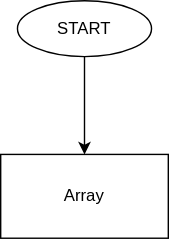
Before: Hometask/homework.drawio.svg, a diagram exported from draw.io (retedominus/TestWork). Source tidied: cells renumbered, new cells last; positions are measured from the earlier drawing's top-left corner, leaving out a move shared by most shapes.
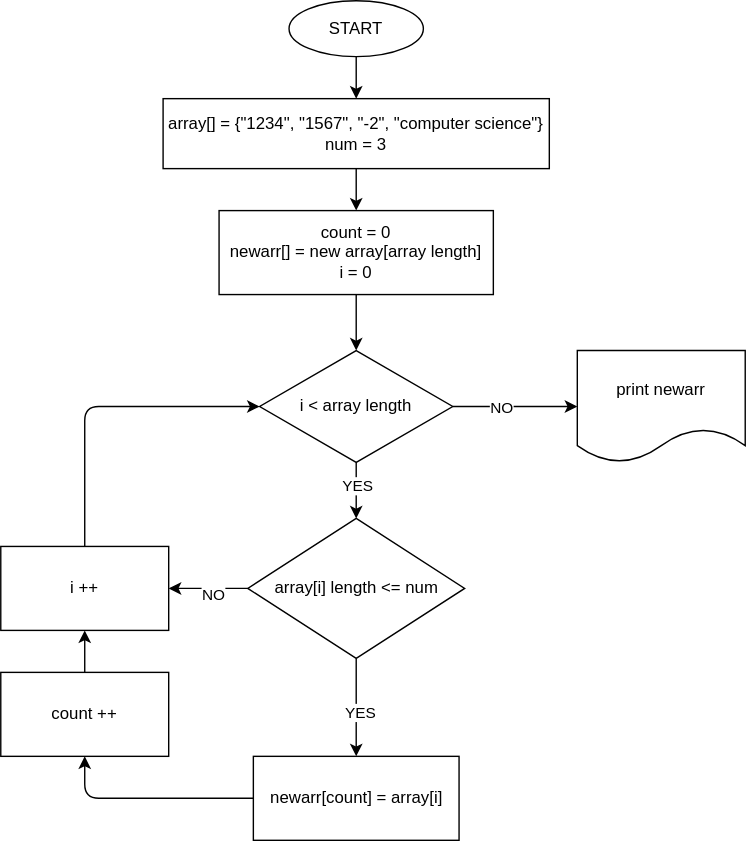
After the change.

The edit, as a diff of the source:
```diff
@@ -8,8 +8,78 @@
     <mxCell id="3" value="START" style="ellipse;whiteSpace=wrap;html=1;" parent="1" vertex="1">
       <mxGeometry x="12" width="96" height="40" as="geometry" />
     </mxCell>
+    <mxCell id="5" style="edgeStyle=none;html=1;" parent="1" edge="1" source="4" target="7">
+      <mxGeometry relative="1" as="geometry" />
+    </mxCell>
-    <mxCell id="4" value="Array" style="whiteSpace=wrap;html=1;" parent="1" vertex="1">
-      <mxGeometry y="110" width="120" height="60" as="geometry" />
+    <mxCell id="4" value="array[] = {&quot;1234&quot;, &quot;1567&quot;, &quot;-2&quot;, &quot;computer science&quot;}&lt;br&gt;num = 3&lt;br&gt;" style="whiteSpace=wrap;html=1;" parent="1" vertex="1">
+      <mxGeometry x="-78" y="70" width="276" height="50" as="geometry" />
     </mxCell>
+    <mxCell id="6" style="edgeStyle=none;html=1;" parent="1" edge="1" source="7" target="12">
+      <mxGeometry relative="1" as="geometry" />
+    </mxCell>
+    <mxCell id="7" value="&lt;span&gt;count = 0&lt;/span&gt;&lt;br&gt;&lt;span&gt;newarr[] = new array[array length]&lt;/span&gt;&lt;br&gt;&lt;span&gt;i = 0&lt;/span&gt;" style="whiteSpace=wrap;html=1;" parent="1" vertex="1">
+      <mxGeometry x="-38" y="150" width="196" height="60" as="geometry" />
+    </mxCell>
+    <mxCell id="8" style="edgeStyle=none;html=1;" parent="1" edge="1" source="12" target="19">
+      <mxGeometry relative="1" as="geometry" />
+    </mxCell>
+    <mxCell id="9" value="YES" style="edgeLabel;html=1;align=center;verticalAlign=middle;" parent="8" vertex="1">
+      <mxGeometry x="-0.22" relative="1" as="geometry" />
+    </mxCell>
+    <mxCell id="10" style="edgeStyle=none;html=1;" parent="1" edge="1" source="12" target="24">
+      <mxGeometry relative="1" as="geometry" />
+    </mxCell>
+    <mxCell id="11" value="NO" style="edgeLabel;html=1;align=center;verticalAlign=middle;" parent="10" vertex="1">
+      <mxGeometry x="-0.25" relative="1" as="geometry">
+        <mxPoint x="1" as="offset" />
+      </mxGeometry>
+    </mxCell>
+    <mxCell id="12" value="i &amp;lt; array length&lt;br&gt;" style="rhombus;whiteSpace=wrap;html=1;" parent="1" vertex="1">
+      <mxGeometry x="-9" y="250" width="138" height="80" as="geometry" />
+    </mxCell>
+    <mxCell id="13" style="edgeStyle=none;html=1;exitX=0;exitY=0.5;exitDx=0;exitDy=0;entryX=0.5;entryY=1;entryDx=0;entryDy=0;" parent="1" edge="1" source="14" target="21">
+      <mxGeometry relative="1" as="geometry">
+        <Array as="points">
+          <mxPoint x="-134" y="570" />
+        </Array>
+      </mxGeometry>
+    </mxCell>
+    <mxCell id="14" value="newarr[count] = array[i]&lt;br&gt;" style="whiteSpace=wrap;html=1;" parent="1" vertex="1">
+      <mxGeometry x="-13.5" y="540" width="147" height="60" as="geometry" />
+    </mxCell>
+    <mxCell id="15" style="edgeStyle=none;html=1;" parent="1" edge="1" source="19" target="14">
+      <mxGeometry relative="1" as="geometry" />
+    </mxCell>
+    <mxCell id="16" value="YES" style="edgeLabel;html=1;align=center;verticalAlign=middle;" parent="15" vertex="1">
+      <mxGeometry x="0.07" y="2" relative="1" as="geometry" />
+    </mxCell>
+    <mxCell id="17" style="edgeStyle=none;html=1;" parent="1" edge="1" source="19" target="23">
+      <mxGeometry relative="1" as="geometry" />
+    </mxCell>
+    <mxCell id="18" value="NO" style="edgeLabel;html=1;align=center;verticalAlign=middle;" parent="17" vertex="1">
+      <mxGeometry x="-0.13" y="4" relative="1" as="geometry" />
+    </mxCell>
+    <mxCell id="19" value="&lt;span&gt;array[i] length &amp;lt;= num&lt;/span&gt;" style="rhombus;whiteSpace=wrap;html=1;" parent="1" vertex="1">
+      <mxGeometry x="-17.5" y="370" width="155" height="100" as="geometry" />
+    </mxCell>
+    <mxCell id="20" style="edgeStyle=none;html=1;" parent="1" edge="1" source="21" target="23">
+      <mxGeometry relative="1" as="geometry" />
+    </mxCell>
+    <mxCell id="21" value="&lt;span&gt;count ++&lt;/span&gt;" style="rounded=0;whiteSpace=wrap;html=1;" parent="1" vertex="1">
+      <mxGeometry x="-194" y="480" width="120" height="60" as="geometry" />
+    </mxCell>
+    <mxCell id="22" style="edgeStyle=none;html=1;exitX=0.5;exitY=0;exitDx=0;exitDy=0;entryX=0;entryY=0.5;entryDx=0;entryDy=0;" parent="1" edge="1" source="23" target="12">
+      <mxGeometry relative="1" as="geometry">
+        <Array as="points">
+          <mxPoint x="-134" y="290" />
+        </Array>
+      </mxGeometry>
+    </mxCell>
+    <mxCell id="23" value="i ++" style="rounded=0;whiteSpace=wrap;html=1;" parent="1" vertex="1">
+      <mxGeometry x="-194" y="390" width="120" height="60" as="geometry" />
+    </mxCell>
+    <mxCell id="24" value="print newarr" style="shape=document;whiteSpace=wrap;html=1;boundedLbl=1;" parent="1" vertex="1">
+      <mxGeometry x="218" y="250" width="120" height="80" as="geometry" />
+    </mxCell>
   </root>
 </mxGraphModel>
```
